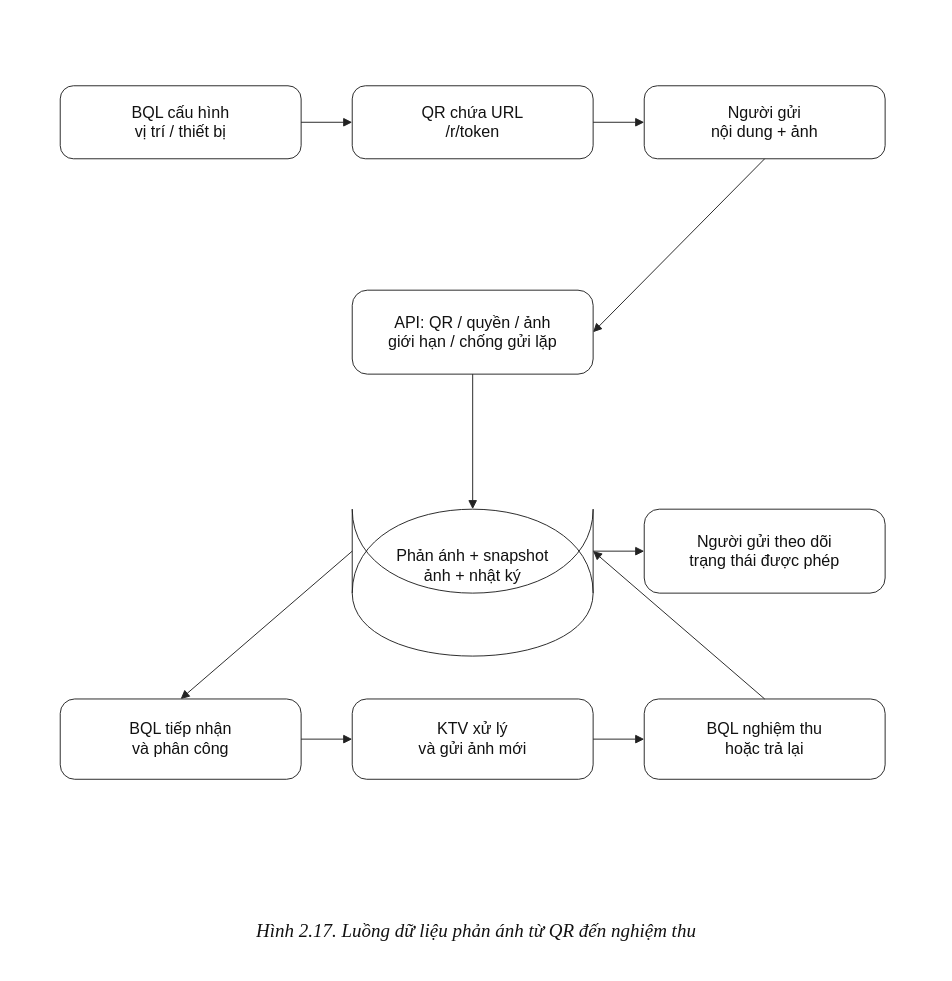
Before: docs/so-do-theo-mau-2026-11-17/drawio/02-17-luong-du-lieu.drawio in tunato2807-del/chung-cu-starter, a draw.io diagram. Source tidied: cells renumbered, new cells numbered last; positions are measured from the earlier drawing's top-left corner, leaving out a move shared by most shapes. Both pictures are drawn from the tidied source at 73%, with x=0, y=0 at pixel (12, 12).
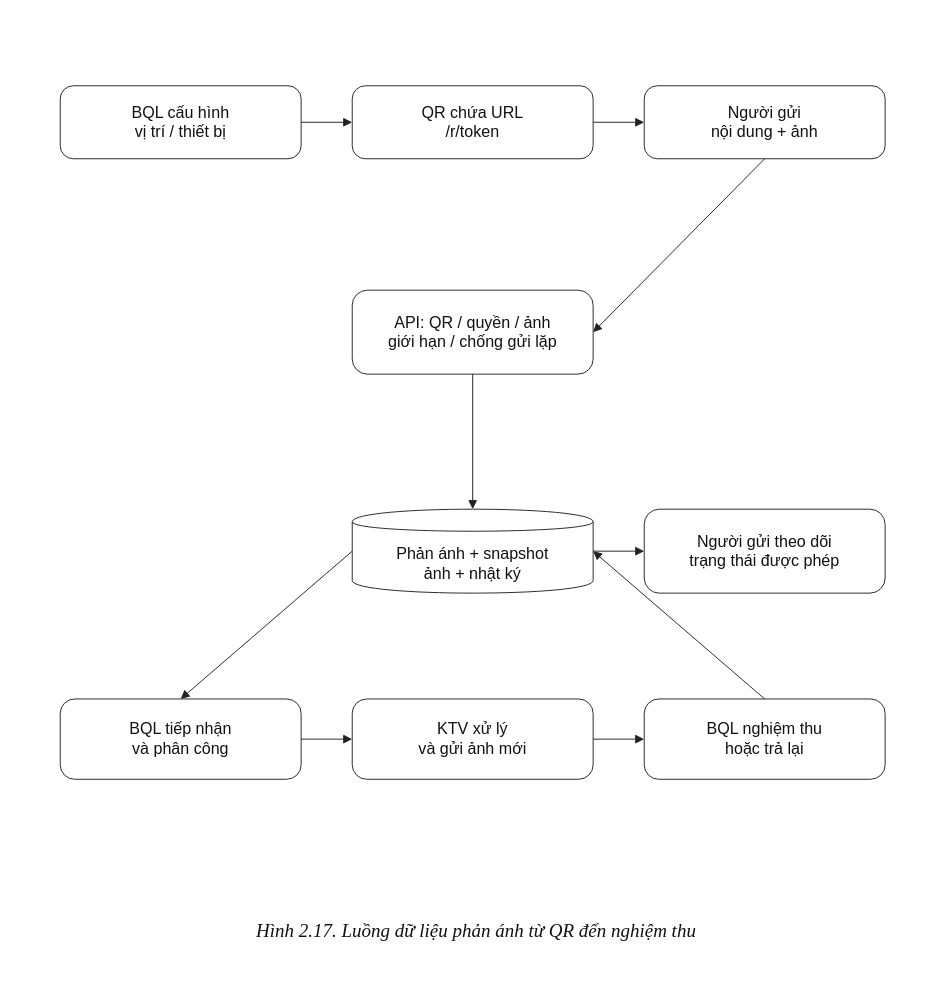
The same page after the edit.

Diff of the diagram source:
```diff
@@
-    <mxCell id="7" value="Phản ánh + snapshot&lt;br&gt;ảnh + nhật ký" style="html=1;whiteSpace=wrap;overflow=hidden;fontFamily=Arial;fontSize=22;fontStyle=0;fontColor=#111111;strokeColor=#222222;strokeWidth=1.3;fillColor=#ffffff;align=center;verticalAlign=middle;spacing=5;shape=cylinder;size=12;boundedLbl=1;" parent="1" vertex="1">
+    <mxCell id="7" value="Phản ánh + snapshot&lt;br&gt;ảnh + nhật ký" style="html=1;whiteSpace=wrap;overflow=hidden;fontFamily=Arial;fontSize=22;fontStyle=0;fontColor=#111111;strokeColor=#222222;strokeWidth=1.3;fillColor=#ffffff;align=center;verticalAlign=middle;spacing=5;shape=cylinder;size=0.15;boundedLbl=1;" parent="1" vertex="1">
       <mxGeometry x="465" y="680" width="330" height="115" as="geometry" />
     </mxCell>
```
